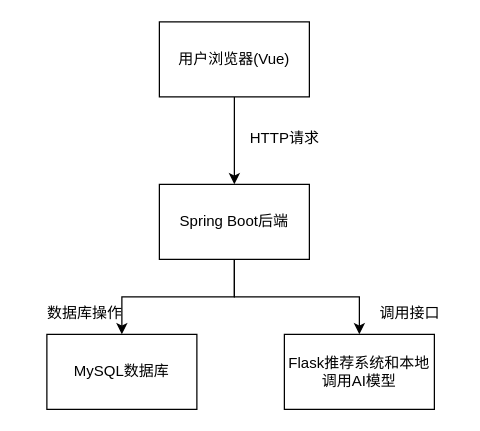
The draw.io diagram page "系统架构图" (16 of 18) of main.drawio in bzerozero7/test, before the edit. Source tidied: cells renumbered, new cells numbered last; positions are measured from the earlier drawing's top-left corner, leaving out a move shared by most shapes. Both pictures are drawn from the tidied source at 125%, with x=0, y=0 at pixel (34, 21).
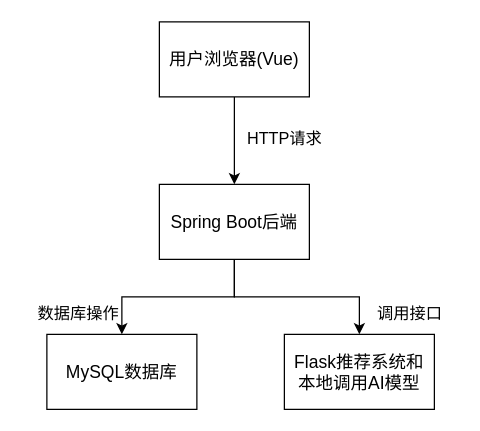
After the change.

The edit, as a diff of the source:
```diff
@@
 <mxGraphModel>
   <root>
     <mxCell id="0" />
     <mxCell id="1" parent="0" />
     <mxCell id="2" style="edgeStyle=orthogonalEdgeStyle;rounded=0;jettySize=auto;html=1;exitX=0.5;exitY=1;exitDx=0;exitDy=0;entryX=0.5;entryY=0;entryDx=0;entryDy=0;" parent="1" edge="1" source="3" target="6">
       <mxGeometry relative="1" as="geometry" />
     </mxCell>
-    <mxCell id="3" value="用户浏览器(Vue)" style="rounded=0;whiteSpace=wrap;html=1;" parent="1" vertex="1">
+    <mxCell id="3" value="&lt;font style=&quot;font-size: 14px;&quot;&gt;用户浏览器(Vue)&lt;/font&gt;" style="rounded=0;whiteSpace=wrap;html=1;" parent="1" vertex="1">
       <mxGeometry x="100" width="120" height="60" as="geometry" />
     </mxCell>
     <mxCell id="4" style="edgeStyle=orthogonalEdgeStyle;rounded=0;jettySize=auto;html=1;exitX=0.5;exitY=1;exitDx=0;exitDy=0;entryX=0.5;entryY=0;entryDx=0;entryDy=0;" parent="1" edge="1" source="6" target="7">
       <mxGeometry relative="1" as="geometry" />
     </mxCell>
     <mxCell id="5" style="edgeStyle=orthogonalEdgeStyle;rounded=0;jettySize=auto;html=1;exitX=0.5;exitY=1;exitDx=0;exitDy=0;entryX=0.5;entryY=0;entryDx=0;entryDy=0;" parent="1" edge="1" source="6" target="8">
       <mxGeometry relative="1" as="geometry" />
     </mxCell>
-    <mxCell id="6" value="Spring Boot后端" style="rounded=0;whiteSpace=wrap;html=1;" parent="1" vertex="1">
+    <mxCell id="6" value="&lt;font style=&quot;font-size: 14px;&quot;&gt;Spring Boot后端&lt;/font&gt;" style="rounded=0;whiteSpace=wrap;html=1;" parent="1" vertex="1">
       <mxGeometry x="100" y="130" width="120" height="60" as="geometry" />
     </mxCell>
-    <mxCell id="7" value="MySQL数据库" style="rounded=0;whiteSpace=wrap;html=1;" parent="1" vertex="1">
+    <mxCell id="7" value="&lt;font style=&quot;font-size: 14px;&quot;&gt;MySQL数据库&lt;/font&gt;" style="rounded=0;whiteSpace=wrap;html=1;" parent="1" vertex="1">
       <mxGeometry x="10" y="250" width="120" height="60" as="geometry" />
     </mxCell>
-    <mxCell id="8" value="Flask推荐系统和本地调用AI模型" style="rounded=0;whiteSpace=wrap;html=1;" parent="1" vertex="1">
+    <mxCell id="8" value="&lt;font style=&quot;font-size: 14px;&quot;&gt;Flask推荐系统和&lt;/font&gt;&lt;div&gt;&lt;font style=&quot;font-size: 14px;&quot;&gt;本地调用AI模型&lt;/font&gt;&lt;/div&gt;" style="rounded=0;whiteSpace=wrap;html=1;" parent="1" vertex="1">
       <mxGeometry x="200" y="250" width="120" height="60" as="geometry" />
     </mxCell>
-    <mxCell id="9" value="数据库操作" style="text;html=1;align=center;verticalAlign=middle;strokeColor=none;fillColor=none;" parent="1" vertex="1">
-      <mxGeometry y="218" width="80" height="30" as="geometry" />
+    <mxCell id="9" value="&lt;font style=&quot;font-size: 13px;&quot;&gt;数据库操作&lt;/font&gt;" style="text;html=1;align=center;verticalAlign=middle;strokeColor=none;fillColor=none;" parent="1" vertex="1">
+      <mxGeometry x="-10" y="218" width="90" height="30" as="geometry" />
     </mxCell>
-    <mxCell id="10" value="调用接口" style="text;html=1;align=center;verticalAlign=middle;strokeColor=none;fillColor=none;" parent="1" vertex="1">
-      <mxGeometry x="265" y="218" width="70" height="30" as="geometry" />
+    <mxCell id="10" value="&lt;font style=&quot;font-size: 13px;&quot;&gt;调用接口&lt;/font&gt;" style="text;html=1;align=center;verticalAlign=middle;strokeColor=none;fillColor=none;" parent="1" vertex="1">
+      <mxGeometry x="260" y="218" width="80" height="30" as="geometry" />
     </mxCell>
-    <mxCell id="11" value="HTTP请求" style="text;html=1;align=center;verticalAlign=middle;strokeColor=none;fillColor=none;" parent="1" vertex="1">
+    <mxCell id="11" value="&lt;font style=&quot;font-size: 13px;&quot;&gt;HTTP请求&lt;/font&gt;" style="text;html=1;align=center;verticalAlign=middle;strokeColor=none;fillColor=none;" parent="1" vertex="1">
       <mxGeometry x="160" y="78" width="80" height="30" as="geometry" />
     </mxCell>
   </root>
 </mxGraphModel>
```
